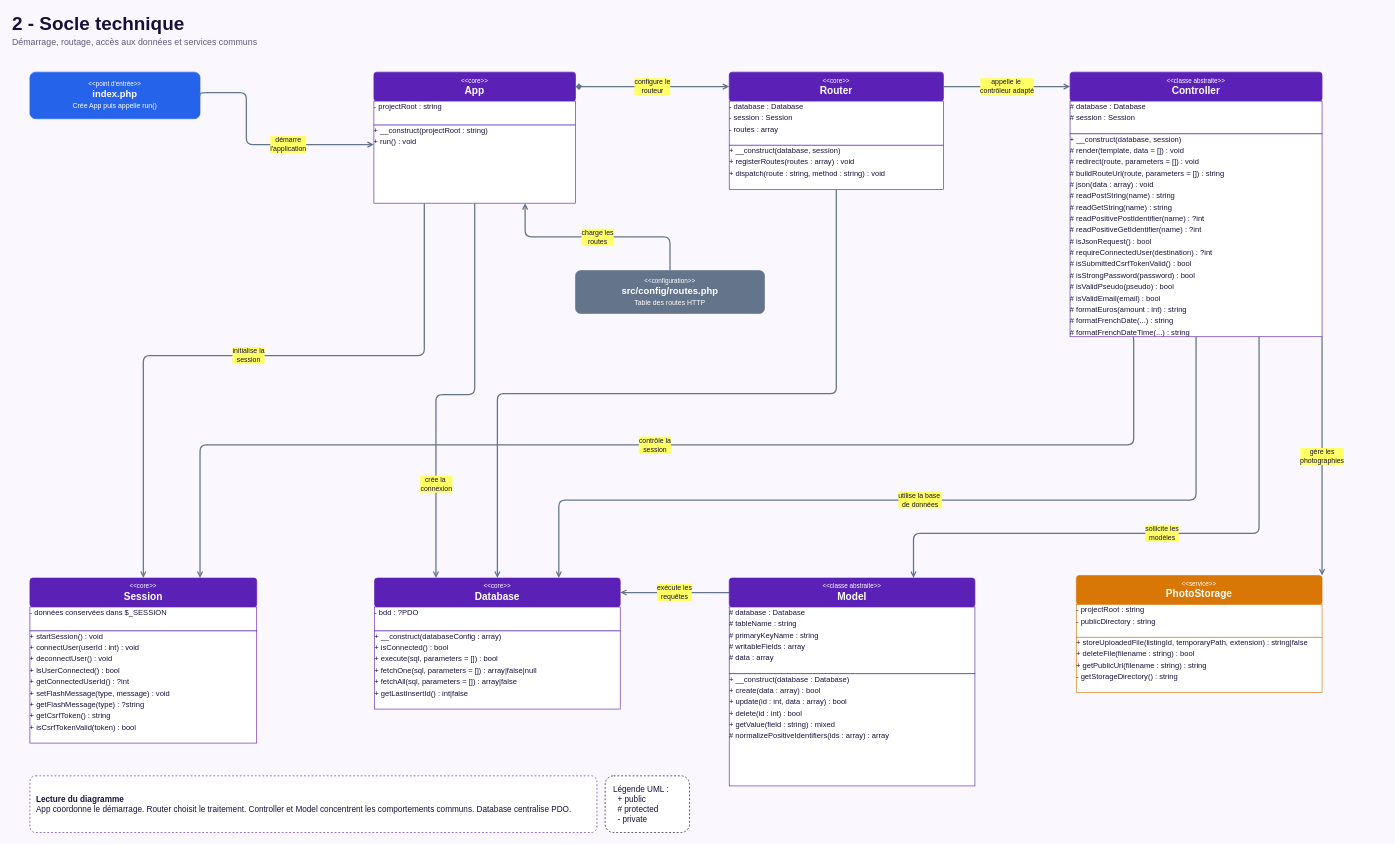
Before: page "2 - Socle technique" (2 of 6) of documents/readme/Diagramme de classe UML - QDM.drawio in anthonylepichon/quiditmieux, a draw.io diagram. Source tidied: cells renumbered, new cells numbered last; positions are measured from the earlier drawing's top-left corner, leaving out a move shared by most shapes. Both pictures are drawn from the tidied source at 63%, with x=0, y=0 at pixel (11, 11).
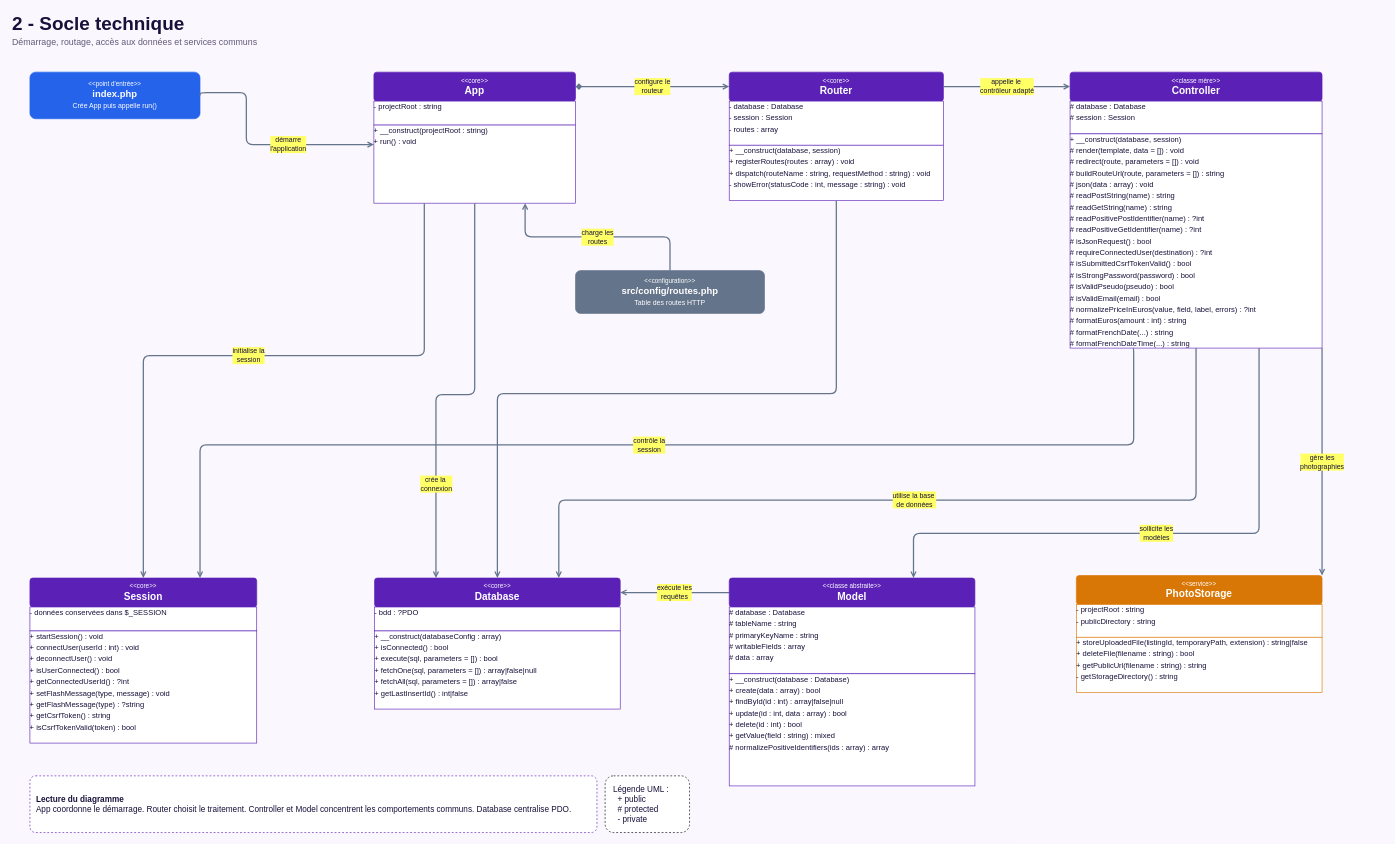
After the change.

Diff of the diagram source:
```diff
@@
     <mxCell id="3" style="group;" parent="1" vertex="1">
-      <mxGeometry x="1140" y="97" width="340" height="186" as="geometry" />
+      <mxGeometry x="1140" y="97" width="340" height="204" as="geometry" />
     </mxCell>
@@
-    <mxCell id="6" value="&lt;div style=&quot;line-height:18px;&quot;&gt;+ __construct(database, session)&lt;/div&gt;&lt;div style=&quot;line-height:18px;&quot;&gt;+ registerRoutes(routes : array) : void&lt;/div&gt;&lt;div style=&quot;line-height:18px;&quot;&gt;+ dispatch(route : string, method : string) : void&lt;/div&gt;" style="rounded=0;whiteSpace=wrap;html=1;fillColor=#FFFFFF;strokeColor=#5B21B6;fontColor=#18103A;fontSize=12;align=left;verticalAlign=top;spacing=8;overflow=fill;arcSize=6;" parent="3" vertex="1">
-      <mxGeometry y="116" width="340" height="70" as="geometry" />
+    <mxCell id="6" value="&lt;div style=&quot;line-height:18px;&quot;&gt;+ __construct(database, session)&lt;/div&gt;&lt;div style=&quot;line-height:18px;&quot;&gt;+ registerRoutes(routes : array) : void&lt;/div&gt;&lt;div style=&quot;line-height:18px;&quot;&gt;+ dispatch(routeName : string, requestMethod : string) : void&lt;/div&gt;&lt;div style=&quot;line-height:18px;&quot;&gt;- showError(statusCode : int, message : string) : void&lt;/div&gt;" style="rounded=0;whiteSpace=wrap;html=1;fillColor=#FFFFFF;strokeColor=#5B21B6;fontColor=#18103A;fontSize=12;align=left;verticalAlign=top;spacing=8;overflow=fill;arcSize=6;" parent="3" vertex="1">
+      <mxGeometry y="116" width="340" height="88" as="geometry" />
     </mxCell>
     <mxCell id="7" style="group;" parent="1" vertex="1">
-      <mxGeometry x="1681" y="97" width="400" height="420" as="geometry" />
+      <mxGeometry x="1681" y="97" width="400" height="438" as="geometry" />
     </mxCell>
-    <mxCell id="8" value="&lt;div style=&quot;font-size:10px;font-weight:400;&quot;&gt;&amp;lt;&amp;lt;classe abstraite&amp;gt;&amp;gt;&lt;/div&gt;&lt;div style=&quot;font-size:16px;font-weight:700;&quot;&gt;Controller&lt;/div&gt;" style="rounded=1;whiteSpace=wrap;html=1;fillColor=#5B21B6;strokeColor=#5B21B6;fontColor=#FFFFFF;align=center;verticalAlign=middle;arcSize=10;" parent="7" vertex="1">
+    <mxCell id="8" value="&lt;div style=&quot;font-size:10px;font-weight:400;&quot;&gt;&amp;lt;&amp;lt;classe mère&amp;gt;&amp;gt;&lt;/div&gt;&lt;div style=&quot;font-size:16px;font-weight:700;&quot;&gt;Controller&lt;/div&gt;" style="rounded=1;whiteSpace=wrap;html=1;fillColor=#5B21B6;strokeColor=#5B21B6;fontColor=#FFFFFF;align=center;verticalAlign=middle;arcSize=10;" parent="7" vertex="1">
       <mxGeometry width="400" height="46" as="geometry" />
     </mxCell>
@@
-    <mxCell id="10" value="&lt;div style=&quot;line-height:18px;&quot;&gt;+ __construct(database, session)&lt;/div&gt;&lt;div style=&quot;line-height:18px;&quot;&gt;# render(template, data = []) : void&lt;/div&gt;&lt;div style=&quot;line-height:18px;&quot;&gt;# redirect(route, parameters = []) : void&lt;/div&gt;&lt;div style=&quot;line-height:18px;&quot;&gt;# buildRouteUrl(route, parameters = []) : string&lt;/div&gt;&lt;div style=&quot;line-height:18px;&quot;&gt;# json(data : array) : void&lt;/div&gt;&lt;div style=&quot;line-height:18px;&quot;&gt;# readPostString(name) : string&lt;/div&gt;&lt;div style=&quot;line-height:18px;&quot;&gt;# readGetString(name) : string&lt;/div&gt;&lt;div style=&quot;line-height:18px;&quot;&gt;# readPositivePostIdentifier(name) : ?int&lt;/div&gt;&lt;div style=&quot;line-height:18px;&quot;&gt;# readPositiveGetIdentifier(name) : ?int&lt;/div&gt;&lt;div style=&quot;line-height:18px;&quot;&gt;# isJsonRequest() : bool&lt;/div&gt;&lt;div style=&quot;line-height:18px;&quot;&gt;# requireConnectedUser(destination) : ?int&lt;/div&gt;&lt;div style=&quot;line-height:18px;&quot;&gt;# isSubmittedCsrfTokenValid() : bool&lt;/div&gt;&lt;div style=&quot;line-height:18px;&quot;&gt;# isStrongPassword(password) : bool&lt;/div&gt;&lt;div style=&quot;line-height:18px;&quot;&gt;# isValidPseudo(pseudo) : bool&lt;/div&gt;&lt;div style=&quot;line-height:18px;&quot;&gt;# isValidEmail(email) : bool&lt;/div&gt;&lt;div style=&quot;line-height:18px;&quot;&gt;# formatEuros(amount : int) : string&lt;/div&gt;&lt;div style=&quot;line-height:18px;&quot;&gt;# formatFrenchDate(...) : string&lt;/div&gt;&lt;div style=&quot;line-height:18px;&quot;&gt;# formatFrenchDateTime(...) : string&lt;/div&gt;" style="rounded=0;whiteSpace=wrap;html=1;fillColor=#FFFFFF;strokeColor=#5B21B6;fontColor=#18103A;fontSize=12;align=left;verticalAlign=top;spacing=8;overflow=fill;arcSize=6;" parent="7" vertex="1">
-      <mxGeometry y="98" width="400" height="322" as="geometry" />
+    <mxCell id="10" value="&lt;div style=&quot;line-height:18px;&quot;&gt;+ __construct(database, session)&lt;/div&gt;&lt;div style=&quot;line-height:18px;&quot;&gt;# render(template, data = []) : void&lt;/div&gt;&lt;div style=&quot;line-height:18px;&quot;&gt;# redirect(route, parameters = []) : void&lt;/div&gt;&lt;div style=&quot;line-height:18px;&quot;&gt;# buildRouteUrl(route, parameters = []) : string&lt;/div&gt;&lt;div style=&quot;line-height:18px;&quot;&gt;# json(data : array) : void&lt;/div&gt;&lt;div style=&quot;line-height:18px;&quot;&gt;# readPostString(name) : string&lt;/div&gt;&lt;div style=&quot;line-height:18px;&quot;&gt;# readGetString(name) : string&lt;/div&gt;&lt;div style=&quot;line-height:18px;&quot;&gt;# readPositivePostIdentifier(name) : ?int&lt;/div&gt;&lt;div style=&quot;line-height:18px;&quot;&gt;# readPositiveGetIdentifier(name) : ?int&lt;/div&gt;&lt;div style=&quot;line-height:18px;&quot;&gt;# isJsonRequest() : bool&lt;/div&gt;&lt;div style=&quot;line-height:18px;&quot;&gt;# requireConnectedUser(destination) : ?int&lt;/div&gt;&lt;div style=&quot;line-height:18px;&quot;&gt;# isSubmittedCsrfTokenValid() : bool&lt;/div&gt;&lt;div style=&quot;line-height:18px;&quot;&gt;# isStrongPassword(password) : bool&lt;/div&gt;&lt;div style=&quot;line-height:18px;&quot;&gt;# isValidPseudo(pseudo) : bool&lt;/div&gt;&lt;div style=&quot;line-height:18px;&quot;&gt;# isValidEmail(email) : bool&lt;/div&gt;&lt;div style=&quot;line-height:18px;&quot;&gt;# normalizePriceInEuros(value, field, label, errors) : ?int&lt;/div&gt;&lt;div style=&quot;line-height:18px;&quot;&gt;# formatEuros(amount : int) : string&lt;/div&gt;&lt;div style=&quot;line-height:18px;&quot;&gt;# formatFrenchDate(...) : string&lt;/div&gt;&lt;div style=&quot;line-height:18px;&quot;&gt;# formatFrenchDateTime(...) : string&lt;/div&gt;" style="rounded=0;whiteSpace=wrap;html=1;fillColor=#FFFFFF;strokeColor=#5B21B6;fontColor=#18103A;fontSize=12;align=left;verticalAlign=top;spacing=8;overflow=fill;arcSize=6;" parent="7" vertex="1">
+      <mxGeometry y="98" width="400" height="340" as="geometry" />
     </mxCell>
@@
-    <mxCell id="39" value="&lt;div style=&quot;line-height:18px;&quot;&gt;+ __construct(database : Database)&lt;/div&gt;&lt;div style=&quot;line-height:18px;&quot;&gt;+ create(data : array) : bool&lt;/div&gt;&lt;div style=&quot;line-height:18px;&quot;&gt;+ update(id : int, data : array) : bool&lt;/div&gt;&lt;div style=&quot;line-height:18px;&quot;&gt;+ delete(id : int) : bool&lt;/div&gt;&lt;div style=&quot;line-height:18px;&quot;&gt;+ getValue(field : string) : mixed&lt;/div&gt;&lt;div style=&quot;line-height:18px;&quot;&gt;# normalizePositiveIdentifiers(ids : array) : array&lt;/div&gt;" style="rounded=0;whiteSpace=wrap;html=1;fillColor=#FFFFFF;strokeColor=#5B21B6;fontColor=#18103A;fontSize=12;align=left;verticalAlign=top;spacing=8;overflow=fill;arcSize=6;" parent="1" vertex="1">
+    <mxCell id="39" value="&lt;div style=&quot;line-height:18px;&quot;&gt;+ __construct(database : Database)&lt;/div&gt;&lt;div style=&quot;line-height:18px;&quot;&gt;+ create(data : array) : bool&lt;/div&gt;&lt;div style=&quot;line-height:18px;&quot;&gt;+ findById(id : int) : array|false|null&lt;/div&gt;&lt;div style=&quot;line-height:18px;&quot;&gt;+ update(id : int, data : array) : bool&lt;/div&gt;&lt;div style=&quot;line-height:18px;&quot;&gt;+ delete(id : int) : bool&lt;/div&gt;&lt;div style=&quot;line-height:18px;&quot;&gt;+ getValue(field : string) : mixed&lt;/div&gt;&lt;div style=&quot;line-height:18px;&quot;&gt;# normalizePositiveIdentifiers(ids : array) : array&lt;/div&gt;" style="rounded=0;whiteSpace=wrap;html=1;fillColor=#FFFFFF;strokeColor=#5B21B6;fontColor=#18103A;fontSize=12;align=left;verticalAlign=top;spacing=8;overflow=fill;arcSize=6;" parent="1" vertex="1">
       <mxGeometry x="1140" y="1052" width="390" height="178" as="geometry" />
     </mxCell>
```
